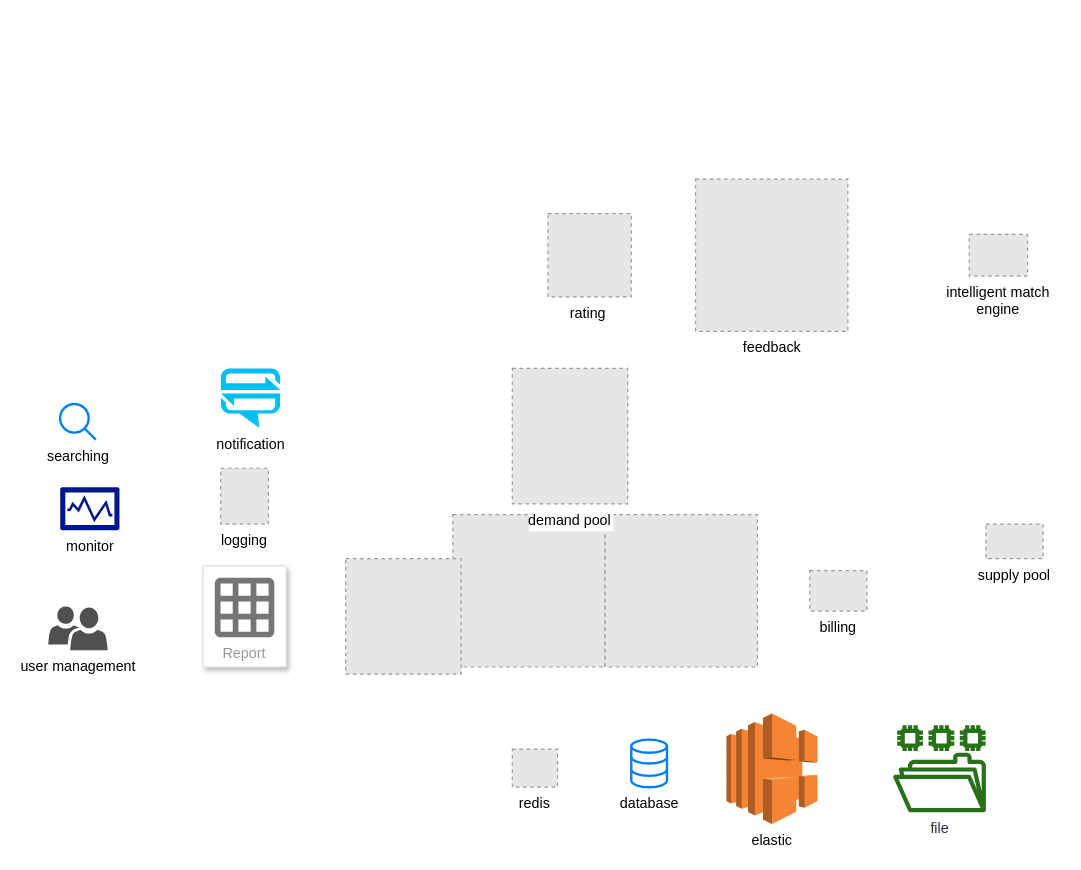
Before: foodsupplier-match.drawio in frankyzf/drawio, a draw.io diagram. Source tidied: cells renumbered, new cells numbered last; positions are measured from the earlier drawing's top-left corner, leaving out a move shared by most shapes. Both pictures are drawn from the tidied source at 119%, with x=0, y=0 at pixel (48, 178). Pictures stored in the file or linked from it are replaced by grey dashed boxes.
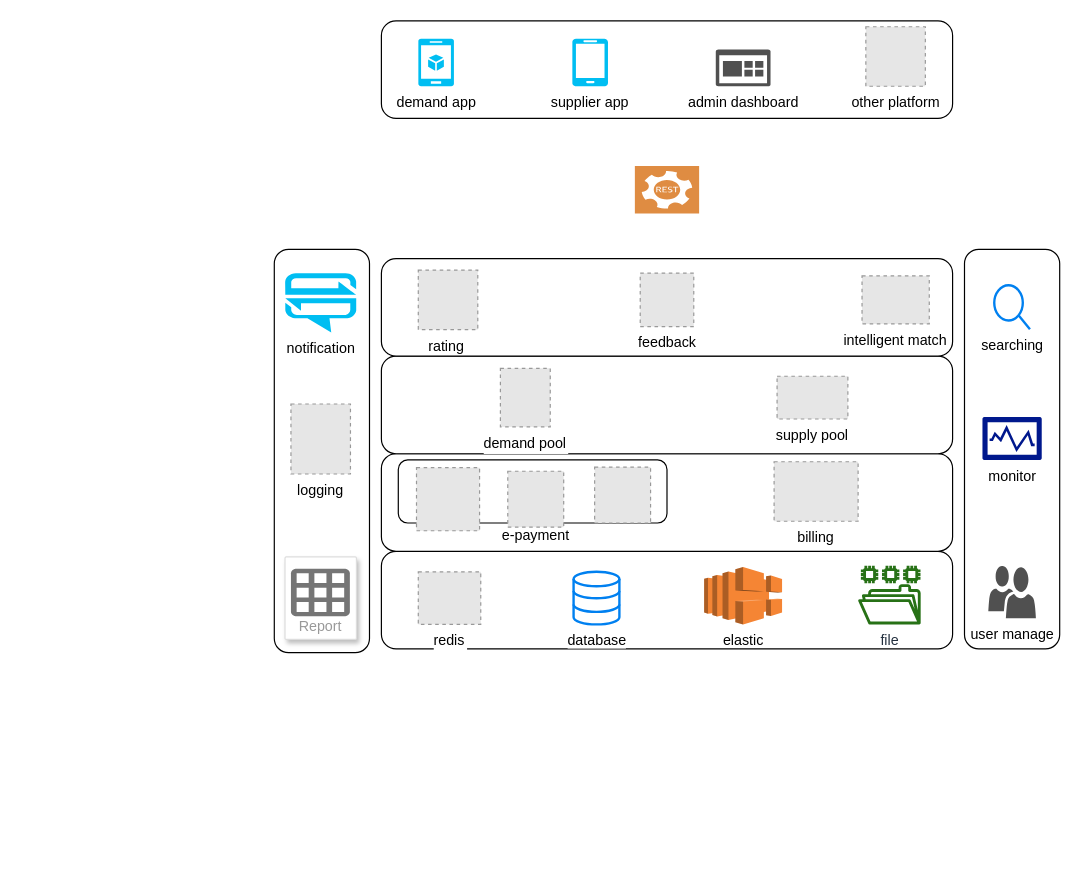
The same page after the edit.

The edit, as a diff of the source:
```diff
@@
+    <mxCell id="22" style="rounded=1;whiteSpace=wrap;html=1;" parent="1" vertex="1">
+      <mxGeometry x="770" y="59" width="80" height="335.8" as="geometry" />
+    </mxCell>
+    <mxCell id="23" style="rounded=1;whiteSpace=wrap;html=1;" parent="1" vertex="1">
+      <mxGeometry x="190" y="59" width="80" height="339" as="geometry" />
+    </mxCell>
+    <mxCell id="24" style="rounded=1;whiteSpace=wrap;html=1;" parent="1" vertex="1">
+      <mxGeometry x="280" y="312.8" width="480" height="82" as="geometry" />
+    </mxCell>
+    <mxCell id="25" style="rounded=1;whiteSpace=wrap;html=1;" parent="1" vertex="1">
+      <mxGeometry x="280" y="230.8" width="480" height="82" as="geometry" />
+    </mxCell>
+    <mxCell id="26" style="rounded=1;whiteSpace=wrap;html=1;" parent="1" vertex="1">
+      <mxGeometry x="280" y="148.8" width="480" height="82" as="geometry" />
+    </mxCell>
+    <mxCell id="27" style="rounded=1;whiteSpace=wrap;html=1;" parent="1" vertex="1">
+      <mxGeometry x="280" y="66.8" width="480" height="82" as="geometry" />
+    </mxCell>
+    <mxCell id="28" style="rounded=1;whiteSpace=wrap;html=1;" parent="1" vertex="1">
+      <mxGeometry x="294.2" y="236" width="225.8" height="53" as="geometry" />
+    </mxCell>
     <mxCell id="2" value="redis" style="fillColor=#E6E6E6;strokeColor=#999999;dashed=1;verticalLabelPosition=bottom;labelBackgroundColor=#ffffff;verticalAlign=top;" parent="1" vertex="1">
-      <mxGeometry x="390" y="479" width="38" height="32" as="geometry" />
+      <mxGeometry x="311" y="330" width="52.5" height="44.2" as="geometry" />
     </mxCell>
     <mxCell id="3" value="database" style="html=1;verticalLabelPosition=bottom;align=center;labelBackgroundColor=#ffffff;verticalAlign=top;strokeWidth=2;strokeColor=#0080F0;shadow=0;dashed=0;shape=mxgraph.ios7.icons.data;" parent="1" vertex="1">
-      <mxGeometry x="490" y="471" width="30" height="40" as="geometry" />
+      <mxGeometry x="441.5" y="330" width="38.5" height="44.2" as="geometry" />
     </mxCell>
     <mxCell id="4" value="elastic" style="dashed=0;verticalLabelPosition=bottom;verticalAlign=top;align=center;html=1;shape=mxgraph.aws3.elastic_load_balancing;fillColor=#F58534;gradientColor=none;" parent="1" vertex="1">
-      <mxGeometry x="570" y="449" width="76.5" height="93" as="geometry" />
+      <mxGeometry x="551.2" y="325.9" width="65.5" height="48.4" as="geometry" />
     </mxCell>
     <mxCell id="5" value="file" style="fontColor=#232F3E;gradientColor=none;fillColor=#277116;strokeColor=none;dashed=0;verticalLabelPosition=bottom;verticalAlign=top;align=center;html=1;fontSize=12;fontStyle=0;shape=mxgraph.aws4.file_system;" parent="1" vertex="1">
-      <mxGeometry x="710" y="459" width="78" height="73" as="geometry" />
+      <mxGeometry x="680.6" y="325" width="52.6" height="49.2" as="geometry" />
     </mxCell>
     <mxCell id="6" value="billing" style="fillColor=#E6E6E6;strokeColor=#999999;dashed=1;verticalLabelPosition=bottom;labelBackgroundColor=#ffffff;verticalAlign=top;" parent="1" vertex="1">
-      <mxGeometry x="640" y="329" width="48" height="34" as="geometry" />
+      <mxGeometry x="610" y="237.5" width="70.6" height="50" as="geometry" />
     </mxCell>
     <mxCell id="7" style="fillColor=#E6E6E6;strokeColor=#999999;dashed=1;html=1;verticalAlign=top;verticalLabelPosition=bottom;labelBackgroundColor=#ffffff;" parent="1" vertex="1">
-      <mxGeometry x="340" y="282" width="128" height="128" as="geometry" />
+      <mxGeometry x="386.2" y="245.5" width="47" height="47" as="geometry" />
     </mxCell>
     <mxCell id="8" style="fillColor=#E6E6E6;strokeColor=#999999;dashed=1;html=1;verticalAlign=top;verticalLabelPosition=bottom;labelBackgroundColor=#ffffff;" parent="1" vertex="1">
-      <mxGeometry x="468" y="282" width="128" height="128" as="geometry" />
+      <mxGeometry x="459.2" y="242" width="47" height="47" as="geometry" />
     </mxCell>
     <mxCell id="9" style="fillColor=#E6E6E6;strokeColor=#999999;dashed=1;html=1;verticalAlign=top;verticalLabelPosition=bottom;labelBackgroundColor=#ffffff;" parent="1" vertex="1">
-      <mxGeometry x="250" y="319" width="97" height="97" as="geometry" />
+      <mxGeometry x="309.5" y="242.5" width="53" height="53" as="geometry" />
     </mxCell>
     <mxCell id="10" value="demand pool" style="fillColor=#E6E6E6;strokeColor=#999999;dashed=1;verticalLabelPosition=bottom;labelBackgroundColor=#ffffff;verticalAlign=top;" parent="1" vertex="1">
-      <mxGeometry x="390" y="159" width="97" height="114" as="geometry" />
+      <mxGeometry x="380" y="159" width="41.9" height="49.2" as="geometry" />
     </mxCell>
     <mxCell id="11" value="rating&amp;nbsp;" style="fillColor=#E6E6E6;strokeColor=#999999;dashed=1;html=1;verticalAlign=top;verticalLabelPosition=bottom;labelBackgroundColor=#ffffff;" parent="1" vertex="1">
-      <mxGeometry x="420" y="29" width="70" height="70" as="geometry" />
+      <mxGeometry x="311" y="76.5" width="50" height="50" as="geometry" />
     </mxCell>
     <mxCell id="12" value="feedback" style="fillColor=#E6E6E6;strokeColor=#999999;dashed=1;html=1;verticalAlign=top;verticalLabelPosition=bottom;labelBackgroundColor=#ffffff;" parent="1" vertex="1">
-      <mxGeometry x="544" width="128" height="128" as="geometry" />
+      <mxGeometry x="497.5" y="79" width="45" height="45" as="geometry" />
     </mxCell>
-    <mxCell id="13" value="intelligent match &#10;engine" style="fillColor=#E6E6E6;strokeColor=#999999;dashed=1;verticalLabelPosition=bottom;labelBackgroundColor=#ffffff;verticalAlign=top;" parent="1" vertex="1">
-      <mxGeometry x="774" y="46.5" width="49" height="35" as="geometry" />
+    <mxCell id="13" value="intelligent match " style="fillColor=#E6E6E6;strokeColor=#999999;dashed=1;verticalLabelPosition=bottom;labelBackgroundColor=#ffffff;verticalAlign=top;" parent="1" vertex="1">
+      <mxGeometry x="683.9" y="81.3" width="56.5" height="40.4" as="geometry" />
     </mxCell>
     <mxCell id="14" value="supply pool" style="fillColor=#E6E6E6;strokeColor=#999999;dashed=1;verticalLabelPosition=bottom;labelBackgroundColor=#ffffff;verticalAlign=top;" parent="1" vertex="1">
-      <mxGeometry x="788" y="290" width="48" height="29" as="geometry" />
+      <mxGeometry x="612.5" y="165.7" width="59.5" height="35.9" as="geometry" />
     </mxCell>
     <mxCell id="15" value="Report" style="strokeColor=#dddddd;shadow=1;strokeWidth=1;rounded=1;absoluteArcSize=1;arcSize=2;labelPosition=center;verticalLabelPosition=middle;align=center;verticalAlign=bottom;spacingLeft=0;fontColor=#999999;fontSize=12;whiteSpace=wrap;spacingBottom=2;" parent="1" vertex="1">
-      <mxGeometry x="130" y="325" width="70" height="85" as="geometry" />
+      <mxGeometry x="199" y="317.4" width="60" height="69.4" as="geometry" />
     </mxCell>
     <mxCell id="16" style="dashed=0;html=1;fillColor=#757575;strokeColor=none;shape=mxgraph.gcp2.report;" parent="15" vertex="1">
-      <mxGeometry x="0.5" width="50" height="50" relative="1" as="geometry">
+      <mxGeometry x="0.5" width="49.5" height="40" relative="1" as="geometry">
         <mxPoint x="-25" y="10" as="offset" />
       </mxGeometry>
     </mxCell>
     <mxCell id="17" value="logging" style="fillColor=#E6E6E6;strokeColor=#999999;dashed=1;verticalLabelPosition=bottom;labelBackgroundColor=#ffffff;verticalAlign=top;" parent="1" vertex="1">
-      <mxGeometry x="145" y="243" width="40" height="47" as="geometry" />
+      <mxGeometry x="204" y="189" width="50" height="58.8" as="geometry" />
     </mxCell>
-    <mxCell id="18" value="user management" style="shadow=0;dashed=0;html=1;strokeColor=none;labelPosition=center;verticalLabelPosition=bottom;verticalAlign=top;align=center;fillColor=#505050;shape=mxgraph.mscae.intune.user_group;" parent="1" vertex="1">
-      <mxGeometry y="359" width="50" height="37" as="geometry" />
+    <mxCell id="18" value="user manage" style="shadow=0;dashed=0;html=1;strokeColor=none;labelPosition=center;verticalLabelPosition=bottom;verticalAlign=top;align=center;fillColor=#505050;shape=mxgraph.mscae.intune.user_group;" parent="1" vertex="1">
+      <mxGeometry x="790" y="325" width="40" height="44" as="geometry" />
     </mxCell>
     <mxCell id="19" value="notification" style="verticalLabelPosition=bottom;html=1;verticalAlign=top;align=center;strokeColor=none;fillColor=#00BEF2;shape=mxgraph.azure.notification_hub;" parent="1" vertex="1">
-      <mxGeometry x="145" y="159" width="50" height="50" as="geometry" />
+      <mxGeometry x="199" y="79" width="60" height="50" as="geometry" />
     </mxCell>
     <mxCell id="20" value="searching" style="html=1;verticalLabelPosition=bottom;align=center;labelBackgroundColor=#ffffff;verticalAlign=top;strokeWidth=2;strokeColor=#0080F0;shadow=0;dashed=0;shape=mxgraph.ios7.icons.looking_glass;" parent="1" vertex="1">
-      <mxGeometry x="10" y="189" width="30" height="30" as="geometry" />
+      <mxGeometry x="795" y="89.2" width="30" height="37" as="geometry" />
     </mxCell>
     <mxCell id="21" value="monitor" style="shadow=0;dashed=0;html=1;strokeColor=none;labelPosition=center;verticalLabelPosition=bottom;verticalAlign=top;align=center;fillColor=#00188D;shape=mxgraph.mscae.enterprise.performance_monitor;" parent="1" vertex="1">
-      <mxGeometry x="10" y="259" width="50" height="36" as="geometry" />
+      <mxGeometry x="785" y="200" width="50" height="36" as="geometry" />
     </mxCell>
+    <mxCell id="29" value="e-payment" style="text;html=1;strokeColor=none;fillColor=none;align=center;verticalAlign=middle;whiteSpace=wrap;rounded=0;" parent="1" vertex="1">
+      <mxGeometry x="372.7" y="290" width="74" height="20" as="geometry" />
+    </mxCell>
+    <mxCell id="30" style="rounded=1;whiteSpace=wrap;html=1;" parent="1" vertex="1">
+      <mxGeometry x="280" y="-133" width="480" height="82" as="geometry" />
+    </mxCell>
+    <mxCell id="31" style="shadow=0;dashed=0;html=1;strokeColor=none;fillColor=#DF8C42;labelPosition=center;verticalLabelPosition=bottom;verticalAlign=top;align=center;shape=mxgraph.veeam2.restful_api;" parent="1" vertex="1">
+      <mxGeometry x="493" y="-11" width="54" height="40" as="geometry" />
+    </mxCell>
+    <mxCell id="32" value="demand app" style="verticalLabelPosition=bottom;html=1;verticalAlign=top;align=center;strokeColor=none;fillColor=#00BEF2;shape=mxgraph.azure.mobile_services;" parent="1" vertex="1">
+      <mxGeometry x="311" y="-118" width="30" height="40" as="geometry" />
+    </mxCell>
+    <mxCell id="33" value="supplier app" style="verticalLabelPosition=bottom;html=1;verticalAlign=top;align=center;strokeColor=none;fillColor=#00BEF2;shape=mxgraph.azure.mobile;" parent="1" vertex="1">
+      <mxGeometry x="440.4" y="-118" width="30" height="40" as="geometry" />
+    </mxCell>
+    <mxCell id="34" value="admin dashboard" style="shadow=0;dashed=0;html=1;strokeColor=none;labelPosition=center;verticalLabelPosition=bottom;verticalAlign=top;align=center;fillColor=#505050;shape=mxgraph.mscae.oms.dashboard;" parent="1" vertex="1">
+      <mxGeometry x="561" y="-109" width="46" height="31" as="geometry" />
+    </mxCell>
+    <mxCell id="35" value="other platform" style="fillColor=#E6E6E6;strokeColor=#999999;dashed=1;html=1;verticalAlign=top;verticalLabelPosition=bottom;labelBackgroundColor=#ffffff;" parent="1" vertex="1">
+      <mxGeometry x="687.1" y="-128" width="50" height="50" as="geometry" />
+    </mxCell>
```
